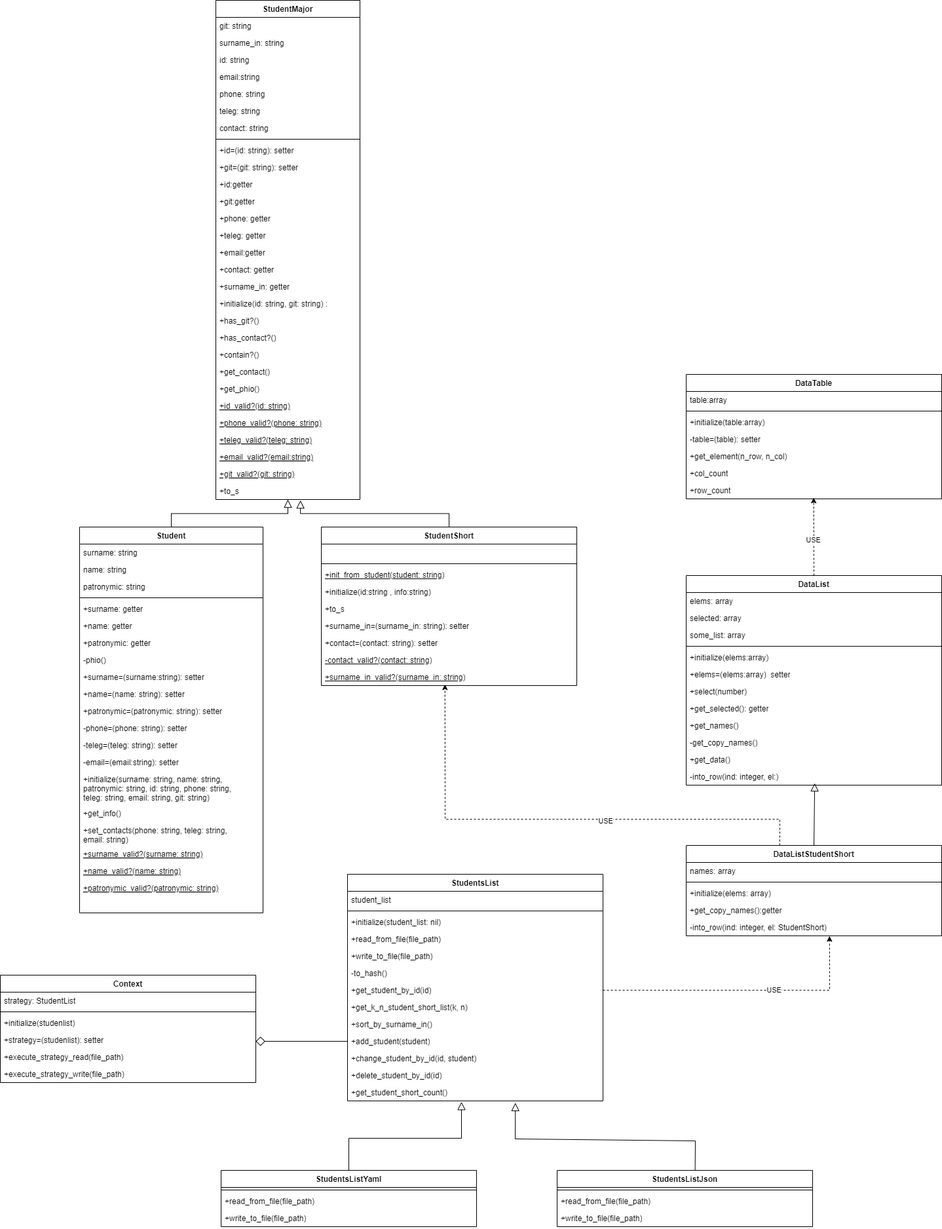
This is Students/Диаграмма_классов_student.png from xchall/Ruby-tasks, a draw.io export, as it was before one commit. Source tidied: cells renumbered, new cells last; positions are measured from the earlier drawing's top-left corner, leaving out a move shared by most shapes.
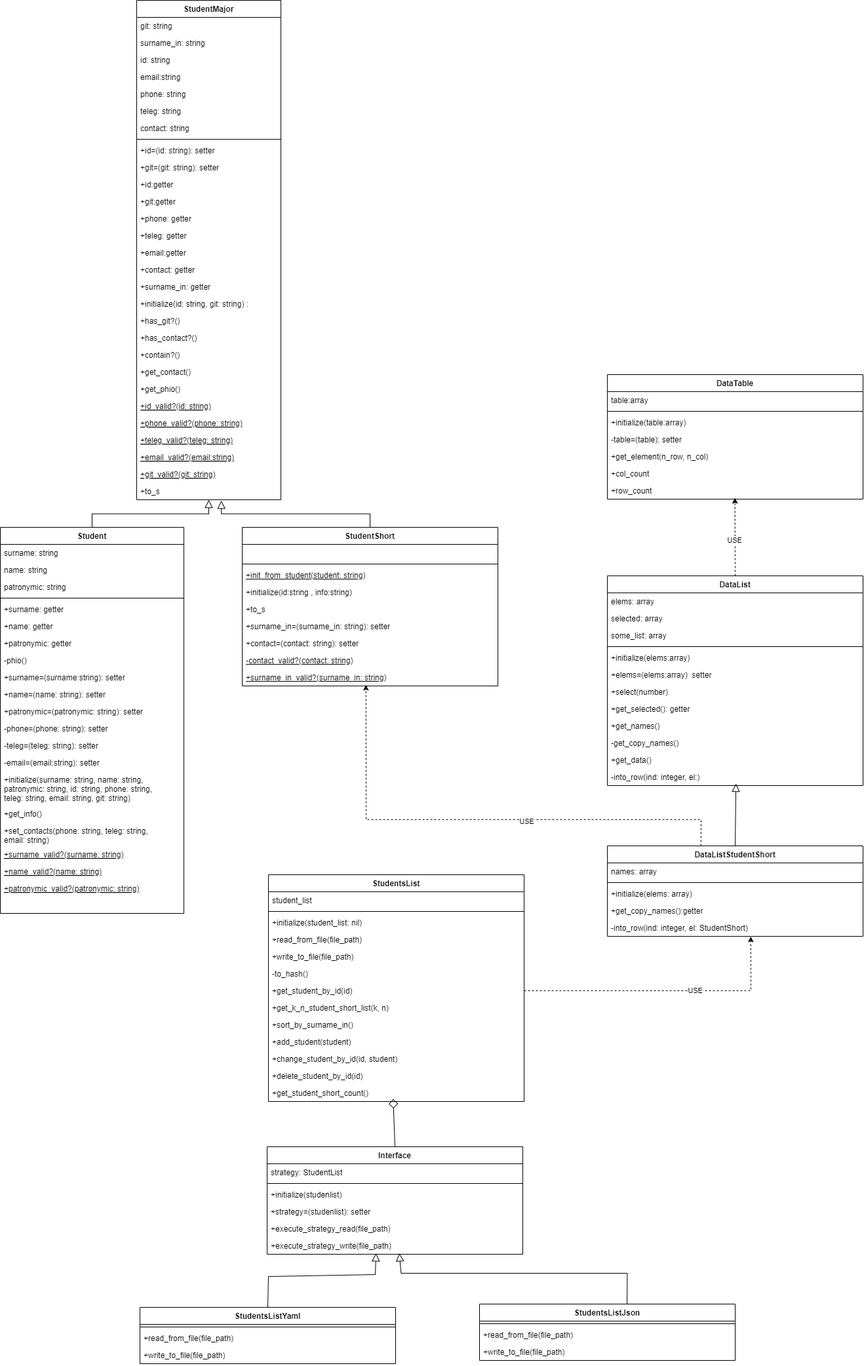
The same diagram one commit later.

Commit message:
Лаб4 Внесены изменения в диаграмму, стратегия

Change to the diagram source:
```diff
@@ -337,8 +337,8 @@
     <mxCell id="110" value="+get_student_short_count()" style="text;strokeColor=none;fillColor=none;align=left;verticalAlign=top;spacingLeft=4;spacingRight=4;overflow=hidden;points=[[0,0.5],[1,0.5]];portConstraint=eastwest;whiteSpace=wrap;html=1;" parent="97" vertex="1">
       <mxGeometry y="320" width="390" height="26" as="geometry" />
     </mxCell>
-    <mxCell id="111" value="Context" style="swimlane;fontStyle=1;align=center;verticalAlign=top;horizontal=1;startSize=26;whiteSpace=wrap;html=1;" parent="1" vertex="1">
-      <mxGeometry y="1488" width="390" height="164" as="geometry" />
+    <mxCell id="111" value="Interface" style="swimlane;fontStyle=1;align=center;verticalAlign=top;horizontal=1;startSize=26;whiteSpace=wrap;html=1;" parent="1" vertex="1">
+      <mxGeometry x="528" y="1749" width="390" height="164" as="geometry" />
     </mxCell>
     <mxCell id="112" value="&lt;span style=&quot;text-wrap: nowrap;&quot;&gt;strategy: StudentList&lt;/span&gt;" style="text;strokeColor=none;fillColor=none;align=left;verticalAlign=top;spacingLeft=4;spacingRight=4;overflow=hidden;whiteSpace=wrap;html=1;" parent="111" vertex="1">
       <mxGeometry y="26" width="390" height="26" as="geometry" />
@@ -358,24 +358,24 @@
     <mxCell id="117" value="+execute_strategy_write(file_path)" style="text;strokeColor=none;fillColor=none;align=left;verticalAlign=top;spacingLeft=4;spacingRight=4;overflow=hidden;points=[[0,0.5],[1,0.5]];portConstraint=eastwest;whiteSpace=wrap;html=1;" parent="111" vertex="1">
       <mxGeometry y="138" width="390" height="26" as="geometry" />
     </mxCell>
-    <mxCell id="118" style="endArrow=block;html=1;rounded=0;entryX=0.446;entryY=1.054;entryDx=0;entryDy=0;entryPerimeter=0;endFill=0;endSize=10;exitX=0.5;exitY=0;exitDx=0;exitDy=0;" parent="1" edge="1" source="120" target="110">
+    <mxCell id="118" style="endArrow=block;html=1;rounded=0;entryX=0.426;entryY=0.94;entryDx=0;entryDy=0;entryPerimeter=0;endFill=0;endSize=10;exitX=0.5;exitY=0;exitDx=0;exitDy=0;" parent="1" edge="1" source="120" target="117">
       <mxGeometry relative="1" as="geometry">
         <Array as="points">
-          <mxPoint x="532" y="1737" />
-          <mxPoint x="704" y="1737" />
+          <mxPoint x="530" y="1947" />
+          <mxPoint x="693" y="1944" />
         </Array>
       </mxGeometry>
     </mxCell>
-    <mxCell id="119" style="endArrow=block;html=1;rounded=0;exitX=0.54;exitY=0.021;exitDx=0;exitDy=0;entryX=0.657;entryY=1.115;entryDx=0;entryDy=0;entryPerimeter=0;endFill=0;endSize=10;exitPerimeter=0;" parent="1" edge="1" source="124" target="110">
+    <mxCell id="119" style="endArrow=block;html=1;rounded=0;exitX=0.577;exitY=0.058;exitDx=0;exitDy=0;entryX=0.517;entryY=0.94;entryDx=0;entryDy=0;entryPerimeter=0;endFill=0;endSize=10;exitPerimeter=0;" parent="1" edge="1" source="124" target="117">
       <mxGeometry relative="1" as="geometry">
         <Array as="points">
-          <mxPoint x="1061" y="1741" />
-          <mxPoint x="786" y="1738" />
+          <mxPoint x="1077.4" y="1942" />
+          <mxPoint x="732.4" y="1942" />
         </Array>
       </mxGeometry>
     </mxCell>
     <mxCell id="120" value="StudentsListYaml" style="swimlane;fontStyle=1;align=center;verticalAlign=top;horizontal=1;startSize=26;whiteSpace=wrap;html=1;" parent="1" vertex="1">
-      <mxGeometry x="337" y="1786" width="390" height="86" as="geometry" />
+      <mxGeometry x="334" y="1994" width="390" height="86" as="geometry" />
     </mxCell>
     <mxCell id="121" style="line;strokeWidth=1;fillColor=none;align=left;verticalAlign=middle;spacingTop=-1;spacingLeft=3;spacingRight=3;labelPosition=right;strokeColor=inherit;" parent="120" vertex="1">
       <mxGeometry y="26" width="390" height="8" as="geometry" />
@@ -387,7 +387,7 @@
       <mxGeometry y="60" width="390" height="26" as="geometry" />
     </mxCell>
     <mxCell id="124" value="StudentsListJson" style="swimlane;fontStyle=1;align=center;verticalAlign=top;horizontal=1;startSize=26;whiteSpace=wrap;html=1;" parent="1" vertex="1">
-      <mxGeometry x="850" y="1786" width="390" height="86" as="geometry" />
+      <mxGeometry x="852" y="1989" width="390" height="86" as="geometry" />
     </mxCell>
     <mxCell id="125" style="line;strokeWidth=1;fillColor=none;align=left;verticalAlign=middle;spacingTop=-1;spacingLeft=3;spacingRight=3;labelPosition=right;strokeColor=inherit;" parent="124" vertex="1">
       <mxGeometry y="26" width="390" height="8" as="geometry" />
@@ -398,10 +398,8 @@
     <mxCell id="127" value="+write_to_file(file_path)" style="text;strokeColor=none;fillColor=none;align=left;verticalAlign=top;spacingLeft=4;spacingRight=4;overflow=hidden;whiteSpace=wrap;html=1;fontStyle=0;" parent="124" vertex="1">
       <mxGeometry y="60" width="390" height="26" as="geometry" />
     </mxCell>
-    <mxCell id="128" style="endArrow=diamond;html=1;rounded=0;endFill=0;endSize=12;exitX=0;exitY=0.5;exitDx=0;exitDy=0;" parent="1" edge="1" source="107">
-      <mxGeometry relative="1" as="geometry">
-        <mxPoint x="390" y="1589" as="targetPoint" />
-      </mxGeometry>
+    <mxCell id="128" style="endArrow=diamond;html=1;rounded=0;endFill=0;endSize=12;exitX=0.5;exitY=0;exitDx=0;exitDy=0;entryX=0.488;entryY=0.857;entryDx=0;entryDy=0;entryPerimeter=0;" parent="1" edge="1" source="111" target="110">
+      <mxGeometry relative="1" as="geometry" />
     </mxCell>
     <mxCell id="129" style="endArrow=classic;html=1;rounded=0;exitX=1;exitY=0.5;exitDx=0;exitDy=0;entryX=0.561;entryY=1.011;entryDx=0;entryDy=0;entryPerimeter=0;dashed=1;" parent="1" edge="1" source="104" target="91">
       <mxGeometry relative="1" as="geometry">
```
